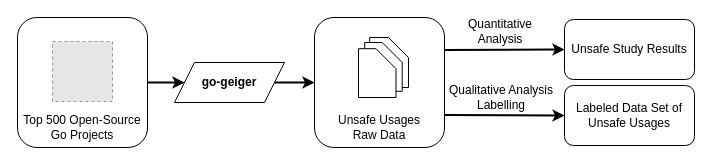
Above: thesis/assets/figures/chapter4/outline4.drawio in jlauinger/master-of-science (draw.io), before the change. Source tidied: cells renumbered, new cells numbered last; positions are measured from the earlier drawing's top-left corner, leaving out a move shared by most shapes. Both pictures are drawn from the tidied source at 100%, with x=0, y=0 at pixel (17, 17). Pictures stored in the file or linked from it are replaced by grey dashed boxes.
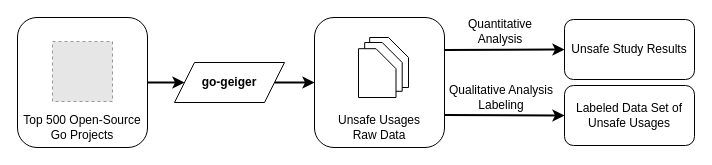
Above is the later version.

Change to the diagram source:
```diff
@@
-    <mxCell id="9" value="Qualitative Analysis Labelling" style="text;html=1;strokeColor=none;fillColor=none;align=center;verticalAlign=middle;whiteSpace=wrap;rounded=0;" parent="1" vertex="1">
+    <mxCell id="9" value="Qualitative Analysis Labeling" style="text;html=1;strokeColor=none;fillColor=none;align=center;verticalAlign=middle;whiteSpace=wrap;rounded=0;" parent="1" vertex="1">
       <mxGeometry x="429" y="70" width="110" height="20" as="geometry" />
     </mxCell>
```
